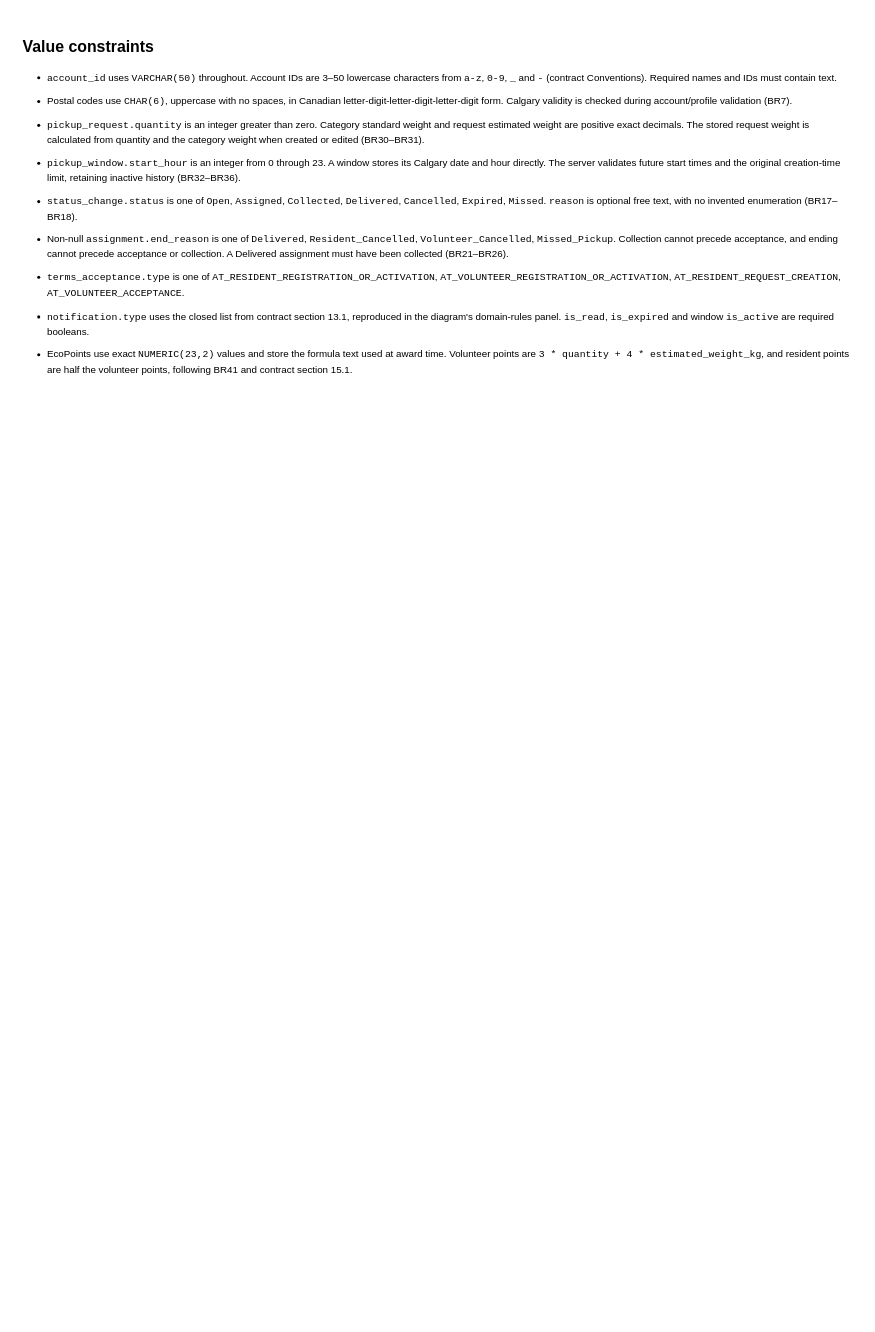
Earlier version of the draw.io diagram page "Value constraints" (4 of 5) of docs/Final Submission/ENSF608/2. Logical model/Logical Database Model.drawio (dannydufau/ecocollect). Source tidied: cells renumbered, new cells numbered last; positions are measured from the earlier drawing's top-left corner, leaving out a move shared by most shapes. Both pictures are drawn from the tidied source at 61%, with x=0, y=0 at pixel (10, 10).
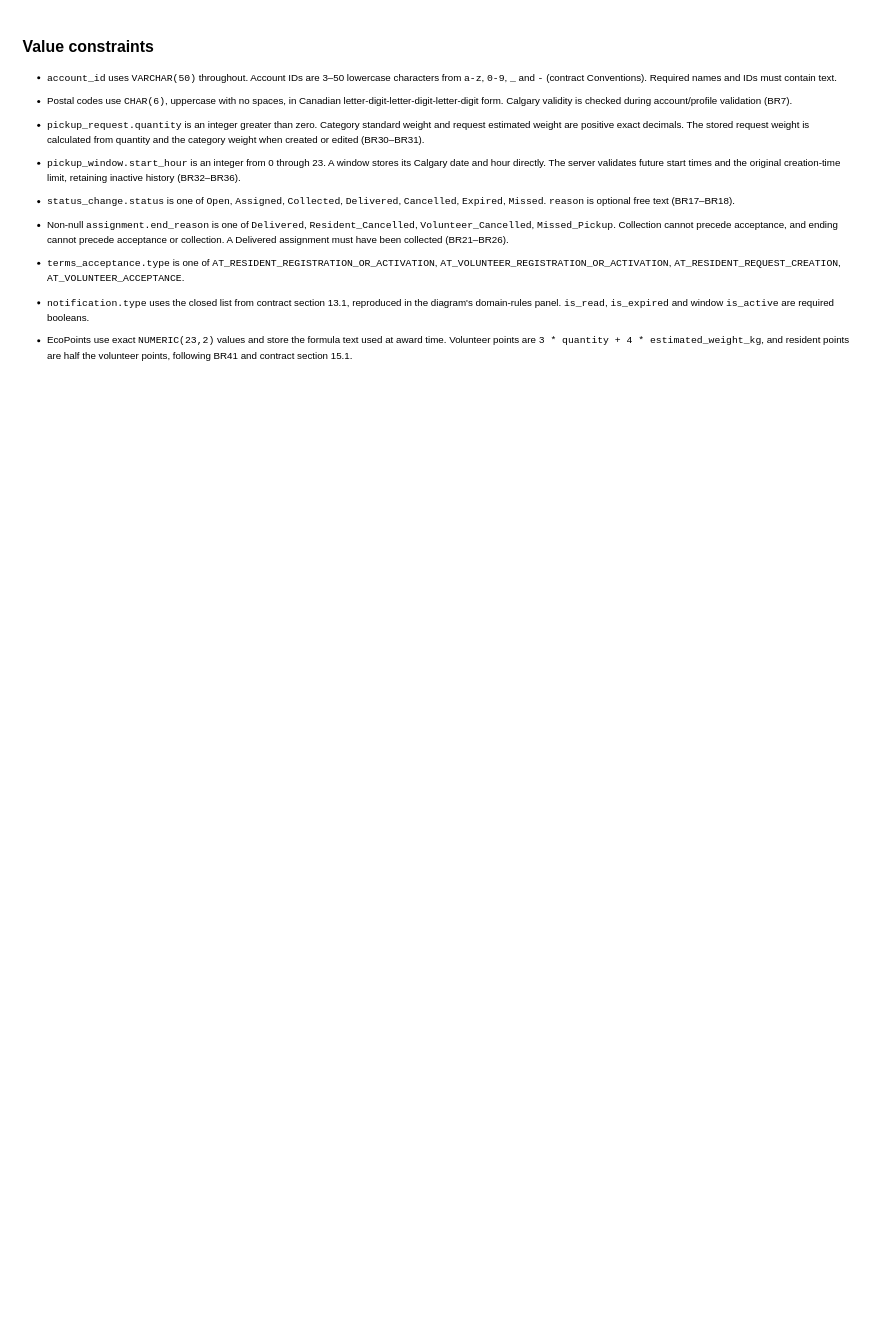
The same page after the edit.

What changed in the source:
```diff
@@
 <mxGraphModel>
   <root>
     <mxCell id="0" />
     <mxCell id="1" parent="0" />
-    <mxCell id="2" value="&lt;div style=&quot;font-family:Helvetica,Arial,sans-serif;font-size:16px;line-height:1.45&quot;&gt;&lt;h1 style=&quot;font-size:26px&quot;&gt;Value constraints&lt;/h1&gt;&lt;ul&gt;&lt;li style=&quot;margin-bottom:14px&quot;&gt;&lt;code&gt;account_id&lt;/code&gt; uses &lt;code&gt;VARCHAR(50)&lt;/code&gt; throughout. Account IDs are 3–50 lowercase characters from &lt;code&gt;a-z&lt;/code&gt;, &lt;code&gt;0-9&lt;/code&gt;, &lt;code&gt;_&lt;/code&gt; and &lt;code&gt;-&lt;/code&gt; (contract Conventions). Required names and IDs must contain text.&lt;/li&gt;&lt;li style=&quot;margin-bottom:14px&quot;&gt;Postal codes use &lt;code&gt;CHAR(6)&lt;/code&gt;, uppercase with no spaces, in Canadian letter-digit-letter-digit-letter-digit form. Calgary validity is checked during account/profile validation (BR7).&lt;/li&gt;&lt;li style=&quot;margin-bottom:14px&quot;&gt;&lt;code&gt;pickup_request.quantity&lt;/code&gt; is an integer greater than zero. Category standard weight and request estimated weight are positive exact decimals. The stored request weight is calculated from quantity and the category weight when created or edited (BR30–BR31).&lt;/li&gt;&lt;li style=&quot;margin-bottom:14px&quot;&gt;&lt;code&gt;pickup_window.start_hour&lt;/code&gt; is an integer from 0 through 23. A window stores its Calgary date and hour directly. The server validates future start times and the original creation-time limit, retaining inactive history (BR32–BR36).&lt;/li&gt;&lt;li style=&quot;margin-bottom:14px&quot;&gt;&lt;code&gt;status_change.status&lt;/code&gt; is one of &lt;code&gt;Open&lt;/code&gt;, &lt;code&gt;Assigned&lt;/code&gt;, &lt;code&gt;Collected&lt;/code&gt;, &lt;code&gt;Delivered&lt;/code&gt;, &lt;code&gt;Cancelled&lt;/code&gt;, &lt;code&gt;Expired&lt;/code&gt;, &lt;code&gt;Missed&lt;/code&gt;. &lt;code&gt;reason&lt;/code&gt; is optional free text, with no invented enumeration (BR17–BR18).&lt;/li&gt;&lt;li style=&quot;margin-bottom:14px&quot;&gt;Non-null &lt;code&gt;assignment.end_reason&lt;/code&gt; is one of &lt;code&gt;Delivered&lt;/code&gt;, &lt;code&gt;Resident_Cancelled&lt;/code&gt;, &lt;code&gt;Volunteer_Cancelled&lt;/code&gt;, &lt;code&gt;Missed_Pickup&lt;/code&gt;. Collection cannot precede acceptance, and ending cannot precede acceptance or collection. A Delivered assignment must have been collected (BR21–BR26).&lt;/li&gt;&lt;li style=&quot;margin-bottom:14px&quot;&gt;&lt;code&gt;terms_acceptance.type&lt;/code&gt; is one of &lt;code&gt;AT_RESIDENT_REGISTRATION_OR_ACTIVATION&lt;/code&gt;, &lt;code&gt;AT_VOLUNTEER_REGISTRATION_OR_ACTIVATION&lt;/code&gt;, &lt;code&gt;AT_RESIDENT_REQUEST_CREATION&lt;/code&gt;, &lt;code&gt;AT_VOLUNTEER_ACCEPTANCE&lt;/code&gt;.&lt;/li&gt;&lt;li style=&quot;margin-bottom:14px&quot;&gt;&lt;code&gt;notification.type&lt;/code&gt; uses the closed list from contract section 13.1, reproduced in the diagram&amp;#x27;s domain-rules panel. &lt;code&gt;is_read&lt;/code&gt;, &lt;code&gt;is_expired&lt;/code&gt; and window &lt;code&gt;is_active&lt;/code&gt; are required booleans.&lt;/li&gt;&lt;li style=&quot;margin-bottom:14px&quot;&gt;EcoPoints use exact &lt;code&gt;NUMERIC(23,2)&lt;/code&gt; values and store the formula text used at award time. Volunteer points are &lt;code&gt;3 * quantity + 4 * estimated_weight_kg&lt;/code&gt;, and resident points are half the volunteer points, following BR41 and contract section 15.1.&lt;/li&gt;&lt;/ul&gt;&lt;/div&gt;" style="text;html=1;whiteSpace=wrap;align=left;verticalAlign=top;spacing=20;" parent="1" vertex="1">
+    <mxCell id="2" value="&lt;div style=&quot;font-family:Helvetica,Arial,sans-serif;font-size:16px;line-height:1.45&quot;&gt;&lt;h1 style=&quot;font-size:26px&quot;&gt;Value constraints&lt;/h1&gt;&lt;ul&gt;&lt;li style=&quot;margin-bottom:14px&quot;&gt;&lt;code&gt;account_id&lt;/code&gt; uses &lt;code&gt;VARCHAR(50)&lt;/code&gt; throughout. Account IDs are 3–50 lowercase characters from &lt;code&gt;a-z&lt;/code&gt;, &lt;code&gt;0-9&lt;/code&gt;, &lt;code&gt;_&lt;/code&gt; and &lt;code&gt;-&lt;/code&gt; (contract Conventions). Required names and IDs must contain text.&lt;/li&gt;&lt;li style=&quot;margin-bottom:14px&quot;&gt;Postal codes use &lt;code&gt;CHAR(6)&lt;/code&gt;, uppercase with no spaces, in Canadian letter-digit-letter-digit-letter-digit form. Calgary validity is checked during account/profile validation (BR7).&lt;/li&gt;&lt;li style=&quot;margin-bottom:14px&quot;&gt;&lt;code&gt;pickup_request.quantity&lt;/code&gt; is an integer greater than zero. Category standard weight and request estimated weight are positive exact decimals. The stored request weight is calculated from quantity and the category weight when created or edited (BR30–BR31).&lt;/li&gt;&lt;li style=&quot;margin-bottom:14px&quot;&gt;&lt;code&gt;pickup_window.start_hour&lt;/code&gt; is an integer from 0 through 23. A window stores its Calgary date and hour directly. The server validates future start times and the original creation-time limit, retaining inactive history (BR32–BR36).&lt;/li&gt;&lt;li style=&quot;margin-bottom:14px&quot;&gt;&lt;code&gt;status_change.status&lt;/code&gt; is one of &lt;code&gt;Open&lt;/code&gt;, &lt;code&gt;Assigned&lt;/code&gt;, &lt;code&gt;Collected&lt;/code&gt;, &lt;code&gt;Delivered&lt;/code&gt;, &lt;code&gt;Cancelled&lt;/code&gt;, &lt;code&gt;Expired&lt;/code&gt;, &lt;code&gt;Missed&lt;/code&gt;. &lt;code&gt;reason&lt;/code&gt; is optional free text (BR17–BR18).&lt;/li&gt;&lt;li style=&quot;margin-bottom:14px&quot;&gt;Non-null &lt;code&gt;assignment.end_reason&lt;/code&gt; is one of &lt;code&gt;Delivered&lt;/code&gt;, &lt;code&gt;Resident_Cancelled&lt;/code&gt;, &lt;code&gt;Volunteer_Cancelled&lt;/code&gt;, &lt;code&gt;Missed_Pickup&lt;/code&gt;. Collection cannot precede acceptance, and ending cannot precede acceptance or collection. A Delivered assignment must have been collected (BR21–BR26).&lt;/li&gt;&lt;li style=&quot;margin-bottom:14px&quot;&gt;&lt;code&gt;terms_acceptance.type&lt;/code&gt; is one of &lt;code&gt;AT_RESIDENT_REGISTRATION_OR_ACTIVATION&lt;/code&gt;, &lt;code&gt;AT_VOLUNTEER_REGISTRATION_OR_ACTIVATION&lt;/code&gt;, &lt;code&gt;AT_RESIDENT_REQUEST_CREATION&lt;/code&gt;, &lt;code&gt;AT_VOLUNTEER_ACCEPTANCE&lt;/code&gt;.&lt;/li&gt;&lt;li style=&quot;margin-bottom:14px&quot;&gt;&lt;code&gt;notification.type&lt;/code&gt; uses the closed list from contract section 13.1, reproduced in the diagram&amp;#x27;s domain-rules panel. &lt;code&gt;is_read&lt;/code&gt;, &lt;code&gt;is_expired&lt;/code&gt; and window &lt;code&gt;is_active&lt;/code&gt; are required booleans.&lt;/li&gt;&lt;li style=&quot;margin-bottom:14px&quot;&gt;EcoPoints use exact &lt;code&gt;NUMERIC(23,2)&lt;/code&gt; values and store the formula text used at award time. Volunteer points are &lt;code&gt;3 * quantity + 4 * estimated_weight_kg&lt;/code&gt;, and resident points are half the volunteer points, following BR41 and contract section 15.1.&lt;/li&gt;&lt;/ul&gt;&lt;/div&gt;" style="text;html=1;whiteSpace=wrap;align=left;verticalAlign=top;spacing=20;" parent="1" vertex="1">
       <mxGeometry width="1400" height="2150" as="geometry" />
     </mxCell>
   </root>
 </mxGraphModel>
```
